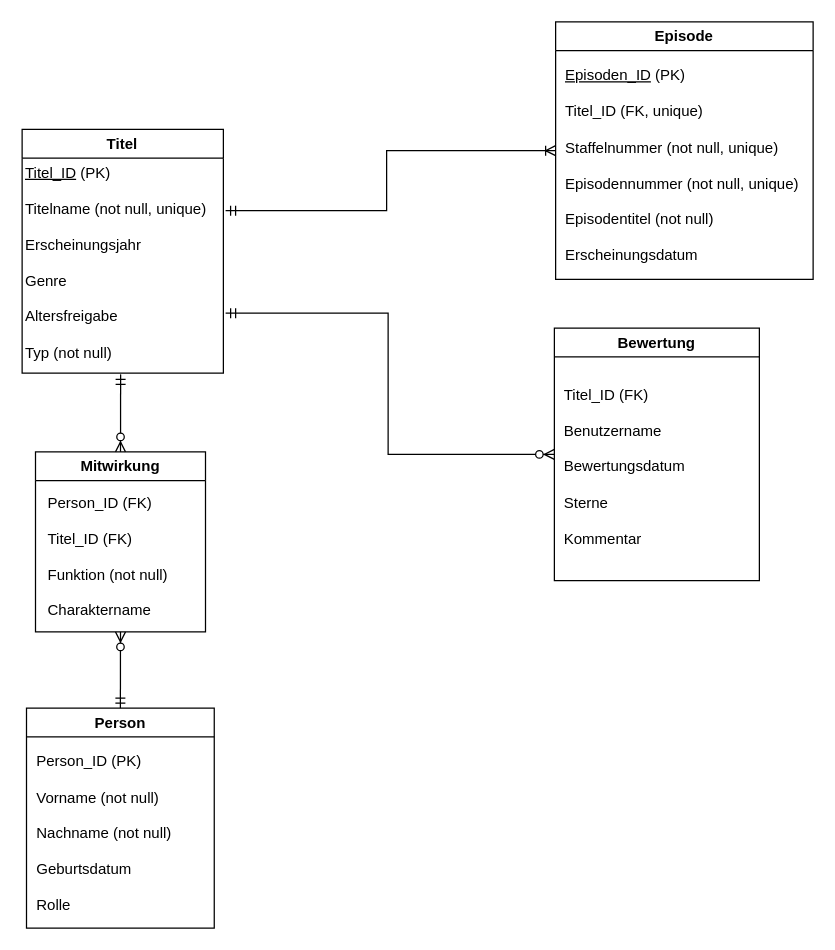
mandyngn/Uni keeps this draw.io diagram as page "Seite-2" (2 of 2) of 3_Semester/Datenbanken/uebungen/5_Uebung/DatenbankenUebung5.drawio. Above is the earlier version. Source tidied: cells renumbered, new cells numbered last; positions are measured from the earlier drawing's top-left corner, leaving out a move shared by most shapes. Both pictures are drawn from the tidied source at 125%, with x=0, y=0 at pixel (21, 21).
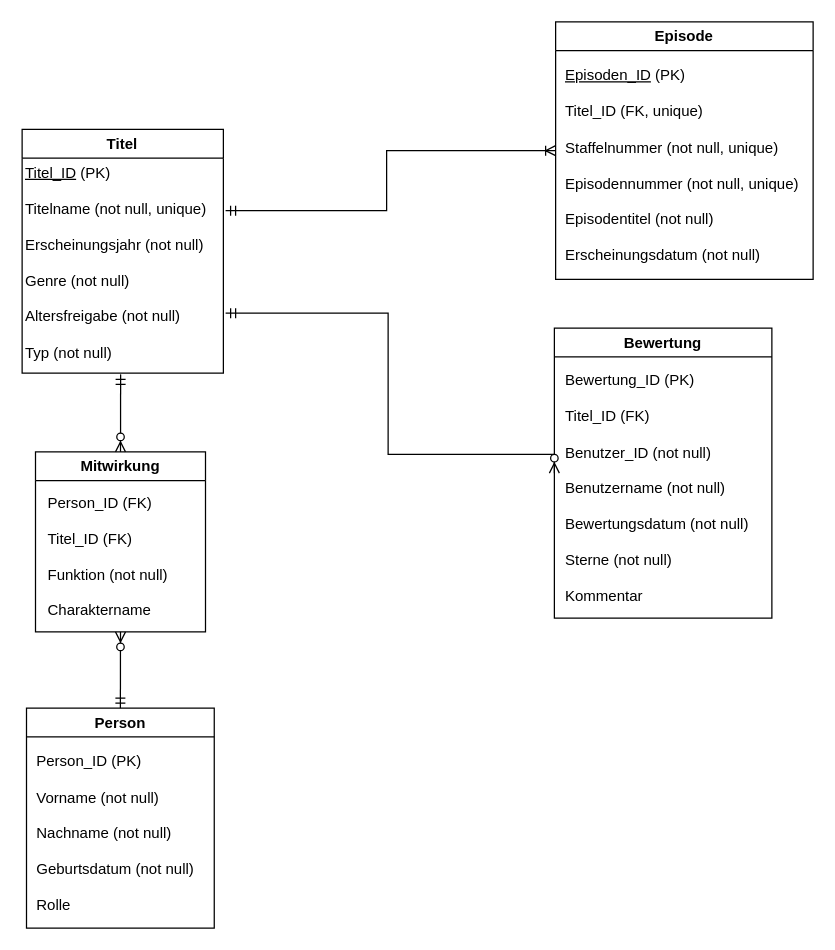
Above is the later version.

Change to the diagram source:
```diff
@@
 <mxGraphModel>
   <root>
     <mxCell id="0" />
     <mxCell id="1" parent="0" />
     <mxCell id="2" value="Titel" style="swimlane;whiteSpace=wrap;html=1;" parent="1" vertex="1">
       <mxGeometry x="0.2" y="86" width="161" height="195" as="geometry" />
     </mxCell>
-    <mxCell id="3" value="&lt;u&gt;Titel_ID&lt;/u&gt; (PK)&lt;div&gt;&lt;br&gt;&lt;/div&gt;&lt;div&gt;Titelname (not null, unique)&lt;br&gt;&lt;br&gt;&lt;/div&gt;&lt;div&gt;Erscheinungsjahr&lt;/div&gt;&lt;div&gt;&lt;br&gt;&lt;/div&gt;&lt;div&gt;Genre&lt;/div&gt;&lt;div&gt;&lt;br&gt;&lt;/div&gt;&lt;div&gt;Altersfreigabe&lt;/div&gt;&lt;div&gt;&lt;br&gt;&lt;/div&gt;&lt;div&gt;Typ&amp;nbsp;&lt;span style=&quot;background-color: transparent; color: light-dark(rgb(0, 0, 0), rgb(255, 255, 255));&quot;&gt;(not null)&lt;/span&gt;&lt;/div&gt;" style="text;html=1;whiteSpace=wrap;strokeColor=none;fillColor=none;align=left;verticalAlign=middle;rounded=0;" parent="2" vertex="1">
+    <mxCell id="3" value="&lt;u&gt;Titel_ID&lt;/u&gt; (PK)&lt;div&gt;&lt;br&gt;&lt;/div&gt;&lt;div&gt;Titelname (not null, unique)&lt;br&gt;&lt;br&gt;&lt;/div&gt;&lt;div&gt;Erscheinungsjahr (not null)&lt;/div&gt;&lt;div&gt;&lt;br&gt;&lt;/div&gt;&lt;div&gt;Genre (not null)&lt;/div&gt;&lt;div&gt;&lt;br&gt;&lt;/div&gt;&lt;div&gt;Altersfreigabe (not null)&lt;/div&gt;&lt;div&gt;&lt;br&gt;&lt;/div&gt;&lt;div&gt;Typ&amp;nbsp;&lt;span style=&quot;background-color: transparent; color: light-dark(rgb(0, 0, 0), rgb(255, 255, 255));&quot;&gt;(not null)&lt;/span&gt;&lt;/div&gt;" style="text;html=1;whiteSpace=wrap;strokeColor=none;fillColor=none;align=left;verticalAlign=middle;rounded=0;" parent="2" vertex="1">
       <mxGeometry x="0.9" y="22" width="155.5" height="170" as="geometry" />
     </mxCell>
     <mxCell id="4" value="Episode" style="swimlane;whiteSpace=wrap;html=1;" parent="1" vertex="1">
       <mxGeometry x="427" width="206" height="206" as="geometry" />
     </mxCell>
-    <mxCell id="5" value="&lt;u&gt;Episoden_ID&lt;/u&gt;&amp;nbsp;(PK)&lt;div&gt;&lt;br&gt;&lt;div&gt;Titel_ID (FK, unique)&lt;/div&gt;&lt;div&gt;&lt;br&gt;&lt;/div&gt;&lt;div&gt;Staffelnummer (not null, unique)&lt;/div&gt;&lt;div&gt;&lt;br&gt;&lt;/div&gt;&lt;div&gt;Episodennummer (not null, unique)&lt;/div&gt;&lt;div&gt;&lt;br&gt;&lt;/div&gt;&lt;div&gt;Episodentitel (not null)&lt;/div&gt;&lt;div&gt;&lt;br&gt;&lt;/div&gt;&lt;div&gt;Erscheinungsdatum&lt;/div&gt;&lt;/div&gt;" style="text;html=1;whiteSpace=wrap;strokeColor=none;fillColor=none;align=left;verticalAlign=middle;rounded=0;" parent="4" vertex="1">
+    <mxCell id="5" value="&lt;u&gt;Episoden_ID&lt;/u&gt;&amp;nbsp;(PK)&lt;div&gt;&lt;br&gt;&lt;div&gt;Titel_ID (FK, unique)&lt;/div&gt;&lt;div&gt;&lt;br&gt;&lt;/div&gt;&lt;div&gt;Staffelnummer (not null, unique)&lt;/div&gt;&lt;div&gt;&lt;br&gt;&lt;/div&gt;&lt;div&gt;Episodennummer (not null, unique)&lt;/div&gt;&lt;div&gt;&lt;br&gt;&lt;/div&gt;&lt;div&gt;Episodentitel (not null)&lt;/div&gt;&lt;div&gt;&lt;br&gt;&lt;/div&gt;&lt;div&gt;Erscheinungsdatum&amp;nbsp;&lt;span style=&quot;background-color: transparent; color: light-dark(rgb(0, 0, 0), rgb(255, 255, 255));&quot;&gt;(not null)&lt;/span&gt;&lt;/div&gt;&lt;/div&gt;" style="text;html=1;whiteSpace=wrap;strokeColor=none;fillColor=none;align=left;verticalAlign=middle;rounded=0;" parent="4" vertex="1">
       <mxGeometry x="6" y="25" width="198" height="179" as="geometry" />
     </mxCell>
     <mxCell id="6" value="Person" style="swimlane;whiteSpace=wrap;html=1;" parent="1" vertex="1">
       <mxGeometry x="3.7" y="549" width="150.2" height="176" as="geometry" />
     </mxCell>
-    <mxCell id="7" value="&lt;div&gt;Person_ID (PK)&lt;/div&gt;&lt;div&gt;&lt;br&gt;&lt;/div&gt;Vorname (not null)&lt;div&gt;&lt;br&gt;&lt;/div&gt;&lt;div&gt;Nachname&amp;nbsp;&lt;span style=&quot;background-color: transparent; color: light-dark(rgb(0, 0, 0), rgb(255, 255, 255));&quot;&gt;(not null)&lt;/span&gt;&lt;/div&gt;&lt;div&gt;&lt;br&gt;&lt;/div&gt;&lt;div&gt;Geburtsdatum&lt;br&gt;&lt;br&gt;&lt;/div&gt;&lt;div&gt;Rolle&lt;br&gt;&lt;/div&gt;" style="text;html=1;whiteSpace=wrap;strokeColor=none;fillColor=none;align=left;verticalAlign=middle;rounded=0;" parent="6" vertex="1">
+    <mxCell id="7" value="&lt;div&gt;Person_ID (PK)&lt;/div&gt;&lt;div&gt;&lt;br&gt;&lt;/div&gt;Vorname (not null)&lt;div&gt;&lt;br&gt;&lt;/div&gt;&lt;div&gt;Nachname&amp;nbsp;&lt;span style=&quot;background-color: transparent; color: light-dark(rgb(0, 0, 0), rgb(255, 255, 255));&quot;&gt;(not null)&lt;/span&gt;&lt;/div&gt;&lt;div&gt;&lt;br&gt;&lt;/div&gt;&lt;div&gt;Geburtsdatum (not null)&lt;br&gt;&lt;br&gt;&lt;/div&gt;&lt;div&gt;Rolle&lt;br&gt;&lt;/div&gt;" style="text;html=1;whiteSpace=wrap;strokeColor=none;fillColor=none;align=left;verticalAlign=middle;rounded=0;" parent="6" vertex="1">
       <mxGeometry x="6" y="27" width="142" height="145" as="geometry" />
     </mxCell>
     <mxCell id="8" value="Bewertung" style="swimlane;whiteSpace=wrap;html=1;" parent="1" vertex="1">
-      <mxGeometry x="426" y="245" width="164" height="202" as="geometry" />
+      <mxGeometry x="426" y="245" width="174" height="232" as="geometry" />
     </mxCell>
-    <mxCell id="9" value="Titel_ID (FK)&lt;div&gt;&lt;br&gt;&lt;/div&gt;&lt;div&gt;Benutzername&lt;/div&gt;&lt;div&gt;&lt;br&gt;&lt;/div&gt;&lt;div&gt;Bewertungsdatum&lt;/div&gt;&lt;div&gt;&lt;br&gt;&lt;/div&gt;&lt;div&gt;Sterne&lt;/div&gt;&lt;div&gt;&lt;br&gt;&lt;/div&gt;&lt;div&gt;Kommentar&lt;/div&gt;" style="text;html=1;whiteSpace=wrap;strokeColor=none;fillColor=none;align=left;verticalAlign=middle;rounded=0;" parent="8" vertex="1">
-      <mxGeometry x="6" y="27" width="137" height="167" as="geometry" />
+    <mxCell id="9" value="&lt;div&gt;Bewertung_ID (PK)&lt;/div&gt;&lt;div&gt;&lt;br&gt;&lt;/div&gt;Titel_ID (FK)&lt;div&gt;&lt;br&gt;&lt;/div&gt;&lt;div&gt;Benutzer_ID (not null)&lt;/div&gt;&lt;div&gt;&lt;br&gt;&lt;/div&gt;&lt;div&gt;&lt;div&gt;Benutzername (not null)&lt;/div&gt;&lt;div&gt;&lt;br&gt;&lt;/div&gt;&lt;div&gt;Bewertungsdatum&amp;nbsp;&lt;span style=&quot;background-color: transparent; color: light-dark(rgb(0, 0, 0), rgb(255, 255, 255));&quot;&gt;(not null)&lt;/span&gt;&lt;/div&gt;&lt;div&gt;&lt;br&gt;&lt;/div&gt;&lt;div&gt;Sterne&amp;nbsp;&lt;span style=&quot;background-color: transparent; color: light-dark(rgb(0, 0, 0), rgb(255, 255, 255));&quot;&gt;(not null)&lt;/span&gt;&lt;/div&gt;&lt;div&gt;&lt;br&gt;&lt;/div&gt;&lt;div&gt;Kommentar&lt;/div&gt;&lt;/div&gt;" style="text;html=1;whiteSpace=wrap;strokeColor=none;fillColor=none;align=left;verticalAlign=middle;rounded=0;" parent="8" vertex="1">
+      <mxGeometry x="7" y="26.5" width="169" height="203" as="geometry" />
     </mxCell>
     <mxCell id="10" value="Mitwirkung" style="swimlane;whiteSpace=wrap;html=1;startSize=23;" parent="1" vertex="1">
       <mxGeometry x="10.9" y="344" width="136" height="144" as="geometry" />
     </mxCell>
     <mxCell id="11" value="&lt;div&gt;Person_ID (FK)&lt;/div&gt;&lt;div&gt;&lt;br&gt;&lt;/div&gt;&lt;div&gt;Titel_ID (FK)&lt;/div&gt;&lt;div&gt;&lt;br&gt;&lt;/div&gt;&lt;div&gt;Funktion (not null)&lt;/div&gt;&lt;div&gt;&lt;br&gt;&lt;/div&gt;&lt;div&gt;Charaktername&lt;/div&gt;" style="text;html=1;whiteSpace=wrap;strokeColor=none;fillColor=none;align=left;verticalAlign=middle;rounded=0;" parent="10" vertex="1">
       <mxGeometry x="8" y="28" width="121" height="111" as="geometry" />
     </mxCell>
     <mxCell id="12" style="fontSize=12;html=1;endArrow=ERzeroToMany;startArrow=ERmandOne;rounded=0;entryX=0.5;entryY=0;entryDx=0;entryDy=0;" parent="1" edge="1" target="10">
       <mxGeometry relative="1" as="geometry">
         <mxPoint x="79" y="282" as="sourcePoint" />
       </mxGeometry>
     </mxCell>
     <mxCell id="13" style="fontSize=12;html=1;endArrow=ERzeroToMany;startArrow=ERmandOne;rounded=0;entryX=0.5;entryY=1;entryDx=0;entryDy=0;exitX=0.5;exitY=0;exitDx=0;exitDy=0;" parent="1" edge="1" source="6" target="10">
       <mxGeometry relative="1" as="geometry" />
     </mxCell>
     <mxCell id="14" style="fontSize=12;html=1;endArrow=ERoneToMany;startArrow=ERmandOne;rounded=0;exitX=1.041;exitY=0.253;exitDx=0;exitDy=0;entryX=0;entryY=0.5;entryDx=0;entryDy=0;edgeStyle=orthogonalEdgeStyle;exitPerimeter=0;" parent="1" edge="1" source="3" target="4">
       <mxGeometry relative="1" as="geometry" />
     </mxCell>
     <mxCell id="15" style="edgeStyle=orthogonalEdgeStyle;fontSize=12;html=1;endArrow=ERzeroToMany;startArrow=ERmandOne;rounded=0;entryX=0;entryY=0.5;entryDx=0;entryDy=0;" parent="1" edge="1" target="8">
       <mxGeometry relative="1" as="geometry">
         <mxPoint x="163" y="233" as="sourcePoint" />
         <Array as="points">
           <mxPoint x="293" y="233" />
           <mxPoint x="293" y="346" />
         </Array>
       </mxGeometry>
     </mxCell>
   </root>
 </mxGraphModel>
```
